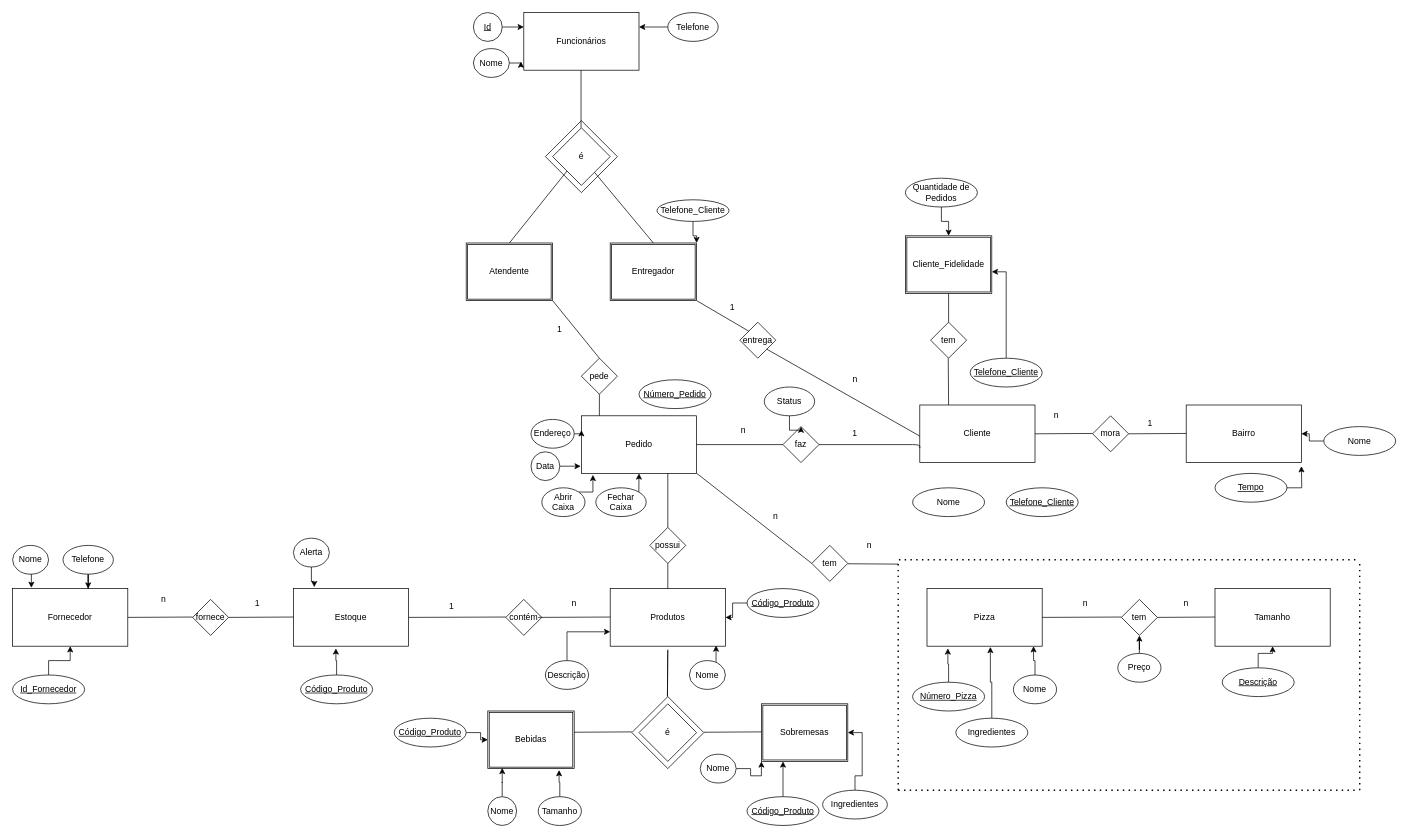
Before: MER APSBD1.drawio in yangsouza/BD1, a draw.io diagram. Source tidied: cells renumbered, new cells numbered last; positions are measured from the earlier drawing's top-left corner, leaving out a move shared by most shapes. Both pictures are drawn from the tidied source at 72%, with x=0, y=0 at pixel (12, 12).
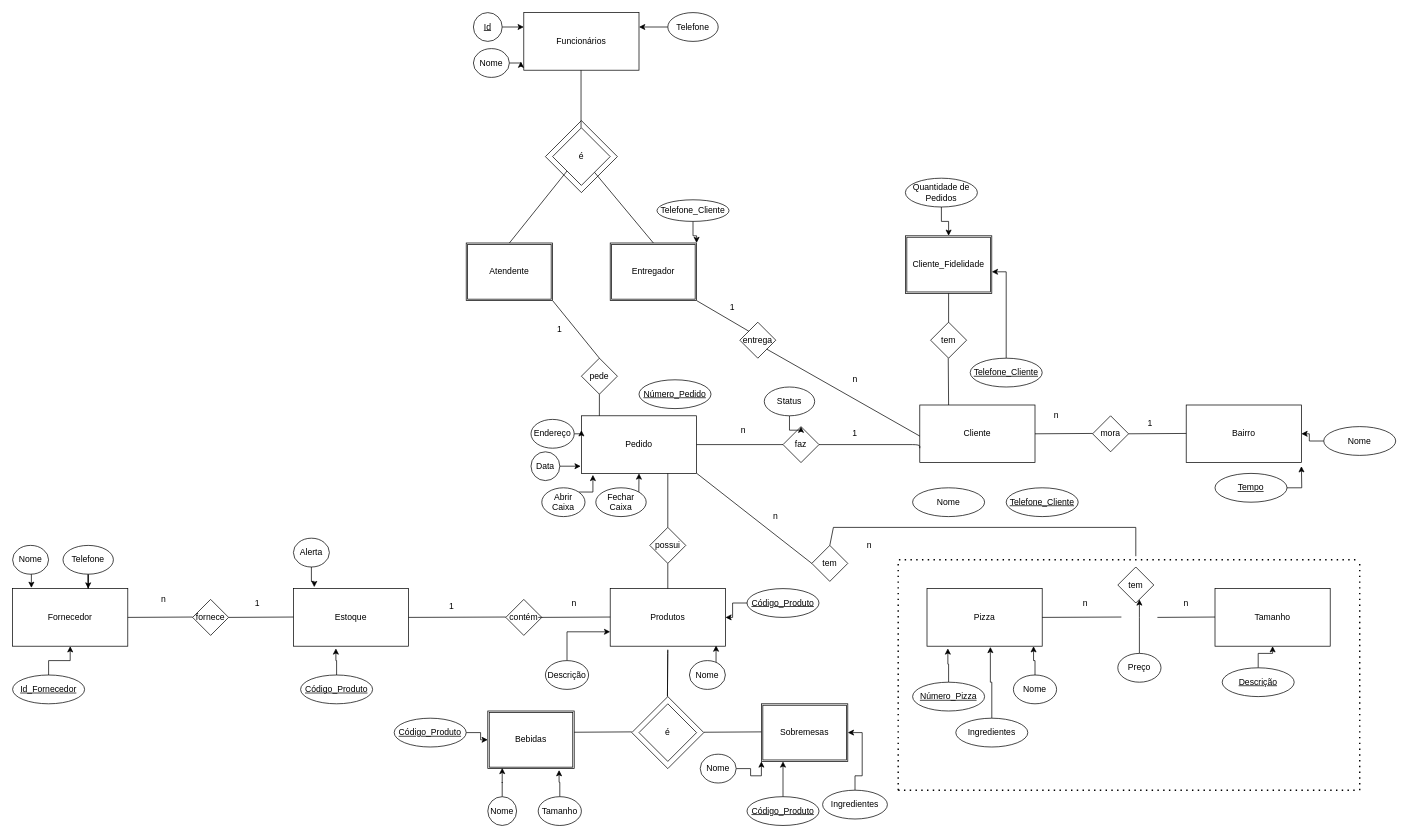
The same diagram, later.

The change refers to these unchanged cells:
```xml
<mxCell id="74" value="Preço" style="ellipse;whiteSpace=wrap;html=1;align=center;" parent="1" vertex="1">
  <mxGeometry x="1535" y="890" width="60" height="40" as="geometry" />
</mxCell>
<mxCell id="92" value="tem" style="rhombus;whiteSpace=wrap;html=1;" parent="1" vertex="1">
  <mxGeometry x="1110" y="740" width="50" height="50" as="geometry" />
</mxCell>
```

The edit, as a diff of the source:
```diff
@@
     <mxCell id="54" value="tem" style="rhombus;whiteSpace=wrap;html=1;" parent="1" vertex="1">
-      <mxGeometry x="1540" y="815" width="50" height="50" as="geometry" />
+      <mxGeometry x="1535" y="770" width="50" height="50" as="geometry" />
     </mxCell>
@@
     <mxCell id="73" style="edgeStyle=orthogonalEdgeStyle;rounded=0;jettySize=auto;html=1;" parent="1" edge="1" source="74" target="54">
-      <mxGeometry relative="1" as="geometry" />
+      <mxGeometry relative="1" as="geometry">
+        <Array as="points">
+          <mxPoint x="1565" y="840" />
+          <mxPoint x="1565" y="840" />
+        </Array>
+      </mxGeometry>
     </mxCell>
@@
-    <mxCell id="94" style="endArrow=none;html=1;" parent="1" edge="1">
-      <mxGeometry relative="1" as="geometry">
-        <mxPoint x="1230" y="766" as="sourcePoint" />
-        <mxPoint x="1160" y="765.5" as="targetPoint" />
-      </mxGeometry>
-    </mxCell>
@@
+    <mxCell id="149" style="endArrow=none;html=1;" parent="1" edge="1">
+      <mxGeometry relative="1" as="geometry">
+        <mxPoint x="1560" y="755" as="sourcePoint" />
+        <mxPoint x="1560" y="715" as="targetPoint" />
+      </mxGeometry>
+    </mxCell>
+    <mxCell id="150" style="endArrow=none;html=1;" parent="1" edge="1">
+      <mxGeometry relative="1" as="geometry">
+        <mxPoint x="1140" y="715" as="sourcePoint" />
+        <mxPoint x="1560" y="715" as="targetPoint" />
+      </mxGeometry>
+    </mxCell>
+    <mxCell id="151" style="endArrow=none;html=1;exitX=0.5;exitY=0;exitDx=0;exitDy=0;" parent="1" edge="1" source="92">
+      <mxGeometry relative="1" as="geometry">
+        <mxPoint x="1140" y="715" as="targetPoint" />
+      </mxGeometry>
+    </mxCell>
```
